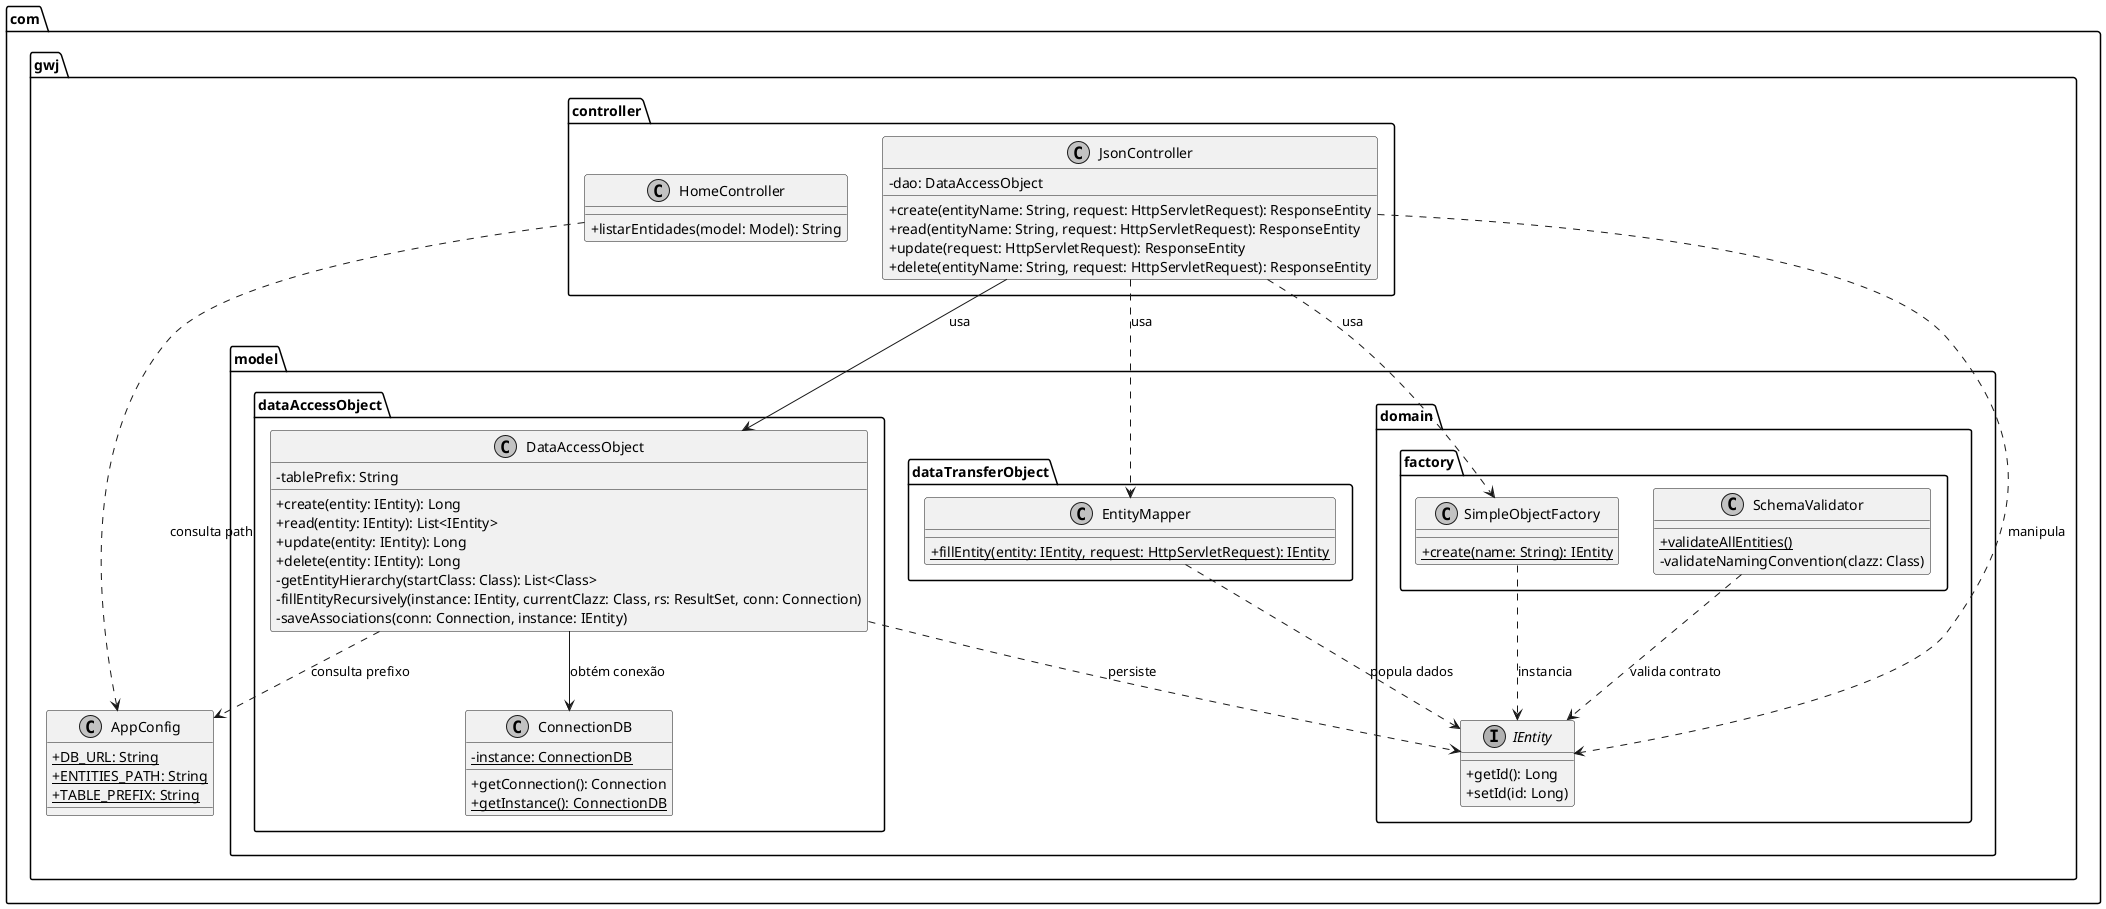
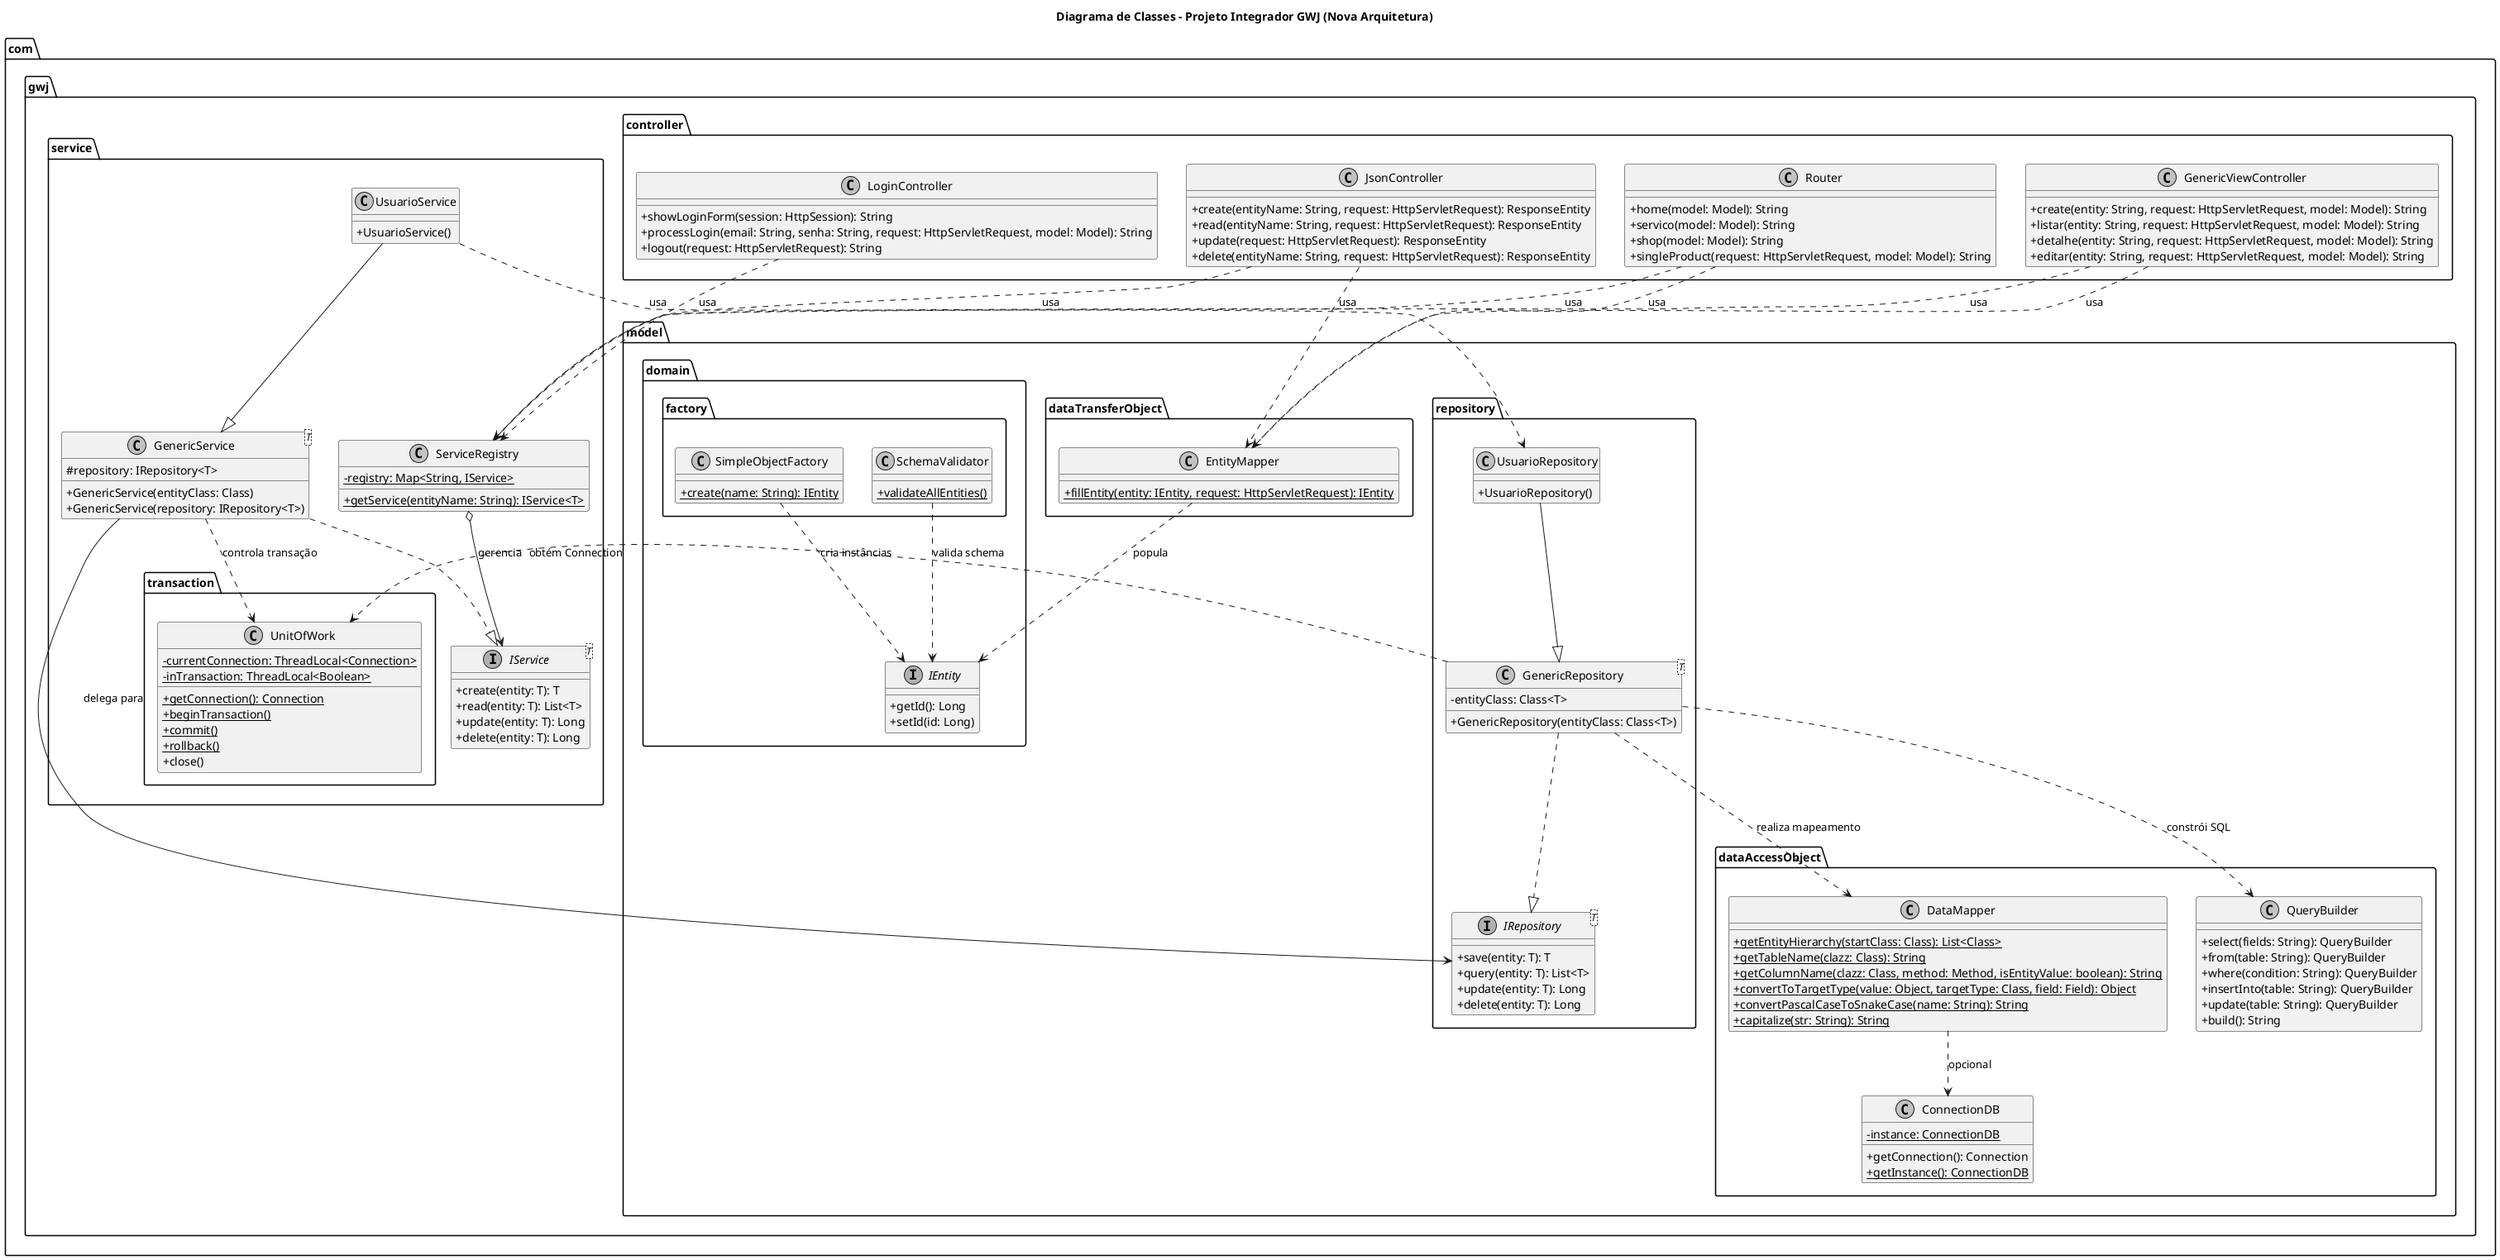
- ' Este diagrama ilustra a separação de responsabilidades entre os controladores (que lidam com as requisições HTTP) e a camada de modelo (responsável pela persistência dinâmica via Reflection e lógica de negócio).
- ' Destaques da Arquitetura:
- ' * Desacoplamento: O JsonController não conhece detalhes de SQL; ele utiliza o DataAccessObject e o EntityMapper para abstrair a complexidade.
- ' * Genericidade: Note como quase todos os componentes dependem da interface IEntity. Isso permite que você adicione novas tabelas ao banco apenas criando a classe Java correspondente, sem mexer no código do Controller ou do DAO.
- ' * Configuração Centralizada: O AppConfig serve como a "fonte da verdade" para caminhos de pacotes e prefixos de tabela, mantendo o sistema flexível.
- 
@startuml

skinparam monochrome true
skinparam classAttributeIconSize 0

+ title Diagrama de Classes - Projeto Integrador GWJ (Nova Arquitetura)
+ 
package com.gwj.controller {
-     class HomeController {
-         +listarEntidades(model: Model): String
+     class GenericViewController {
+         +create(entity: String, request: HttpServletRequest, model: Model): String
+         +listar(entity: String, request: HttpServletRequest, model: Model): String
+         +detalhe(entity: String, request: HttpServletRequest, model: Model): String
+         +editar(entity: String, request: HttpServletRequest, model: Model): String
    }

    class JsonController {
-         -dao: DataAccessObject
        +create(entityName: String, request: HttpServletRequest): ResponseEntity
        +read(entityName: String, request: HttpServletRequest): ResponseEntity
        +update(request: HttpServletRequest): ResponseEntity
        +delete(entityName: String, request: HttpServletRequest): ResponseEntity
    }
+ 
+     class LoginController {
+         +showLoginForm(session: HttpSession): String
+         +processLogin(email: String, senha: String, request: HttpServletRequest, model: Model): String
+         +logout(request: HttpServletRequest): String
+     }
+ 
+     class Router {
+         +home(model: Model): String
+         +servico(model: Model): String
+         +shop(model: Model): String
+         +singleProduct(request: HttpServletRequest, model: Model): String
+     }
+ }
+ 
+ package com.gwj.service {
+     interface IService<T> {
+         +create(entity: T): T
+         +read(entity: T): List<T>
+         +update(entity: T): Long
+         +delete(entity: T): Long
+     }
+ 
+     class GenericService<T> {
+         #repository: IRepository<T>
+         +GenericService(entityClass: Class)
+         +GenericService(repository: IRepository<T>)
+     }
+ 
+     class UsuarioService {
+         +UsuarioService()
+     }
+ 
+     class ServiceRegistry {
+         {static} -registry: Map<String, IService>
+         {static} +getService(entityName: String): IService<T>
+     }
+ }
+ 
+ package com.gwj.service.transaction {
+     class UnitOfWork {
+         {static} -currentConnection: ThreadLocal<Connection>
+         {static} -inTransaction: ThreadLocal<Boolean>
+         {static} +getConnection(): Connection
+         {static} +beginTransaction()
+         {static} +commit()
+         {static} +rollback()
+         +close()
+     }
+ }
+ 
+ package com.gwj.model.repository {
+     interface IRepository<T> {
+         +save(entity: T): T
+         +query(entity: T): List<T>
+         +update(entity: T): Long
+         +delete(entity: T): Long
+     }
+ 
+     class GenericRepository<T> {
+         -entityClass: Class<T>
+         +GenericRepository(entityClass: Class<T>)
+     }
+ 
+     class UsuarioRepository {
+         +UsuarioRepository()
+     }
}

package com.gwj.model.dataAccessObject {
-     class DataAccessObject {
-         -tablePrefix: String
-         +create(entity: IEntity): Long
-         +read(entity: IEntity): List<IEntity>
-         +update(entity: IEntity): Long
-         +delete(entity: IEntity): Long
-         -getEntityHierarchy(startClass: Class): List<Class>
-         -fillEntityRecursively(instance: IEntity, currentClazz: Class, rs: ResultSet, conn: Connection)
-         -saveAssociations(conn: Connection, instance: IEntity)
+     class DataMapper {
+         {static} +getEntityHierarchy(startClass: Class): List<Class>
+         {static} +getTableName(clazz: Class): String
+         {static} +getColumnName(clazz: Class, method: Method, isEntityValue: boolean): String
+         {static} +convertToTargetType(value: Object, targetType: Class, field: Field): Object
+         {static} +convertPascalCaseToSnakeCase(name: String): String
+         {static} +capitalize(str: String): String
    }

    class ConnectionDB {
        {static} -instance: ConnectionDB
        +getConnection(): Connection
        {static} +getInstance(): ConnectionDB
+     }
+ 
+     class QueryBuilder {
+         +select(fields: String): QueryBuilder
+         +from(table: String): QueryBuilder
+         +where(condition: String): QueryBuilder
+         +insertInto(table: String): QueryBuilder
+         +update(table: String): QueryBuilder
+         +build(): String
    }
}

package com.gwj.model.dataTransferObject {
    class EntityMapper {
        {static} +fillEntity(entity: IEntity, request: HttpServletRequest): IEntity
    }
}

package com.gwj.model.domain {
    interface IEntity {
        +getId(): Long
        +setId(id: Long)
    }
}

package com.gwj.model.domain.factory {
    class SimpleObjectFactory {
        {static} +create(name: String): IEntity
    }

    class SchemaValidator {
        {static} +validateAllEntities()
-         -validateNamingConvention(clazz: Class)
    }
}

- class com.gwj.AppConfig {
-     {static} +DB_URL: String
-     {static} +ENTITIES_PATH: String
-     {static} +TABLE_PREFIX: String
- }
+ ' Relacionamentos e Fluxo

- ' Relacionamentos
- JsonController --> DataAccessObject : usa
- JsonController ..> SimpleObjectFactory : usa
+ ' Apresentação para Controle
+ GenericViewController ..> ServiceRegistry : usa
+ JsonController ..> ServiceRegistry : usa
+ LoginController ..> ServiceRegistry : usa
+ Router ..> ServiceRegistry : usa
+ 
+ GenericViewController ..> EntityMapper : usa
JsonController ..> EntityMapper : usa
- JsonController ..> IEntity : manipula
+ Router ..> EntityMapper : usa

- HomeController ..> com.gwj.AppConfig : consulta path
+ ' Registro para Serviços
+ ServiceRegistry o--> IService : gerencia
+ GenericService ..|> IService
+ UsuarioService --|> GenericService

- DataAccessObject --> ConnectionDB : obtém conexão
- DataAccessObject ..> com.gwj.AppConfig : consulta prefixo
- DataAccessObject ..> IEntity : persiste
+ ' Serviços usam Repositórios e UnitOfWork
+ GenericService --> IRepository : delega para
+ GenericService ..> UnitOfWork : controla transação
+ UsuarioService ..> UsuarioRepository : usa

- SchemaValidator ..> IEntity : valida contrato
- EntityMapper ..> IEntity : popula dados
- SimpleObjectFactory ..> IEntity : instancia
+ ' Repositórios
+ GenericRepository ..|> IRepository
+ UsuarioRepository --|> GenericRepository
+ 
+ ' Repositórios acessam conexão via UoW e convertem via DataMapper
+ GenericRepository ..> UnitOfWork : obtém Connection
+ GenericRepository ..> DataMapper : realiza mapeamento
+ GenericRepository ..> QueryBuilder : constrói SQL
+ DataMapper ..> ConnectionDB : opcional
+ 
+ ' Auxiliares de Domínio
+ EntityMapper ..> IEntity : popula
+ SimpleObjectFactory ..> IEntity : cria instâncias
+ SchemaValidator ..> IEntity : valida schema

@enduml
